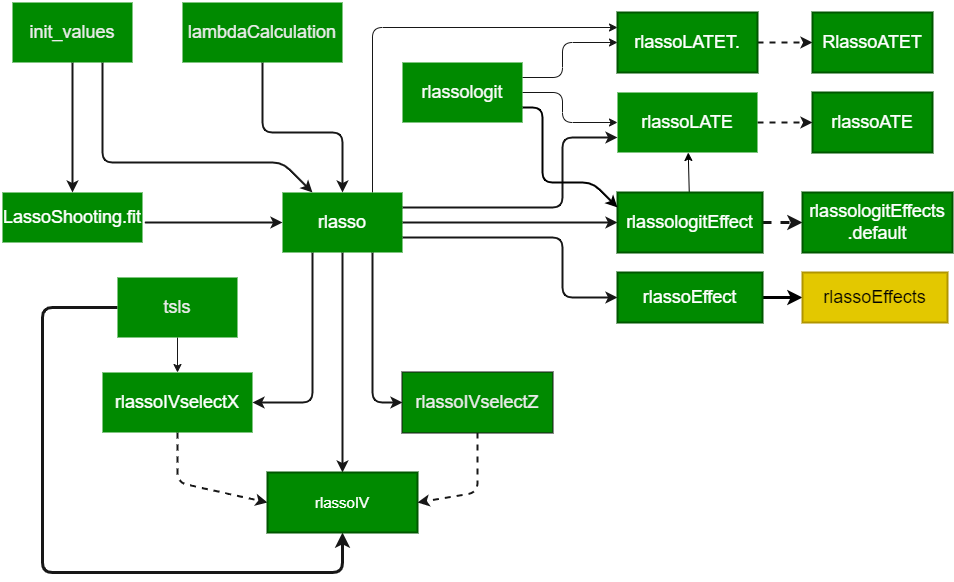
Above: functions_hdm.png in d2cml-ai/HDMjl.jl (draw.io), before the change. Source tidied: cells renumbered, new cells last; positions are measured from the earlier drawing's top-left corner, leaving out a move shared by most shapes.
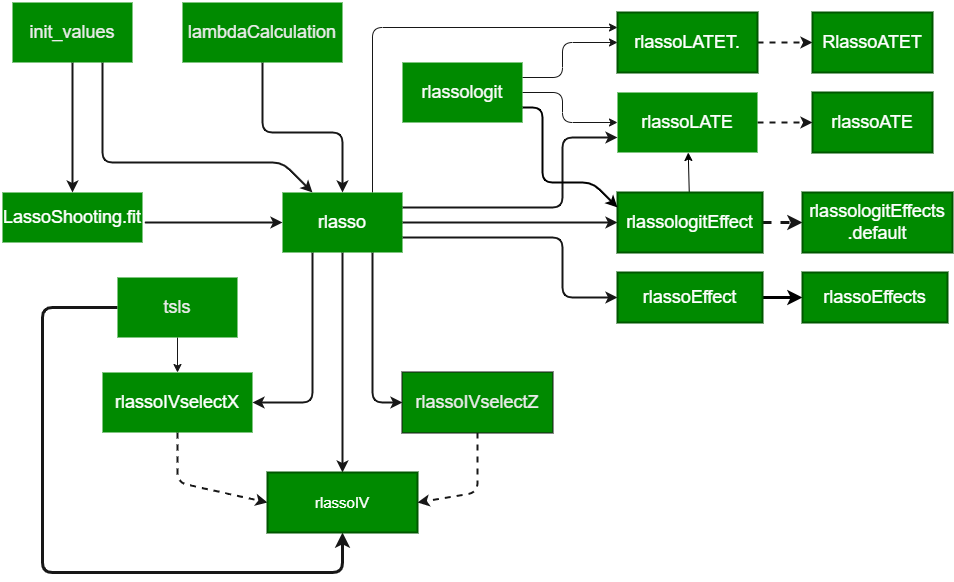
Above is the later version.

The edit, as a diff of the source:
```diff
@@ -189,7 +189,7 @@
     <mxCell id="41" value="rlassologit" style="whiteSpace=wrap;html=1;fontSize=18;fontColor=#FAFAFA;strokeColor=none;strokeWidth=2;fillColor=#008a00;gradientColor=none;gradientDirection=north;labelBackgroundColor=none;" parent="1" vertex="1">
       <mxGeometry x="400" y="60" width="120" height="60" as="geometry" />
     </mxCell>
-    <mxCell id="42" value="rlassoEffects" style="whiteSpace=wrap;html=1;fontSize=18;strokeColor=#B09500;strokeWidth=2;fillColor=#e3c800;fontColor=#000000;" parent="1" vertex="1">
+    <mxCell id="42" value="rlassoEffects" style="whiteSpace=wrap;html=1;fontSize=18;strokeColor=#005700;strokeWidth=2;fillColor=#008a00;fontColor=#ffffff;" parent="1" vertex="1">
       <mxGeometry x="800" y="270" width="145" height="50" as="geometry" />
     </mxCell>
   </root>
```
